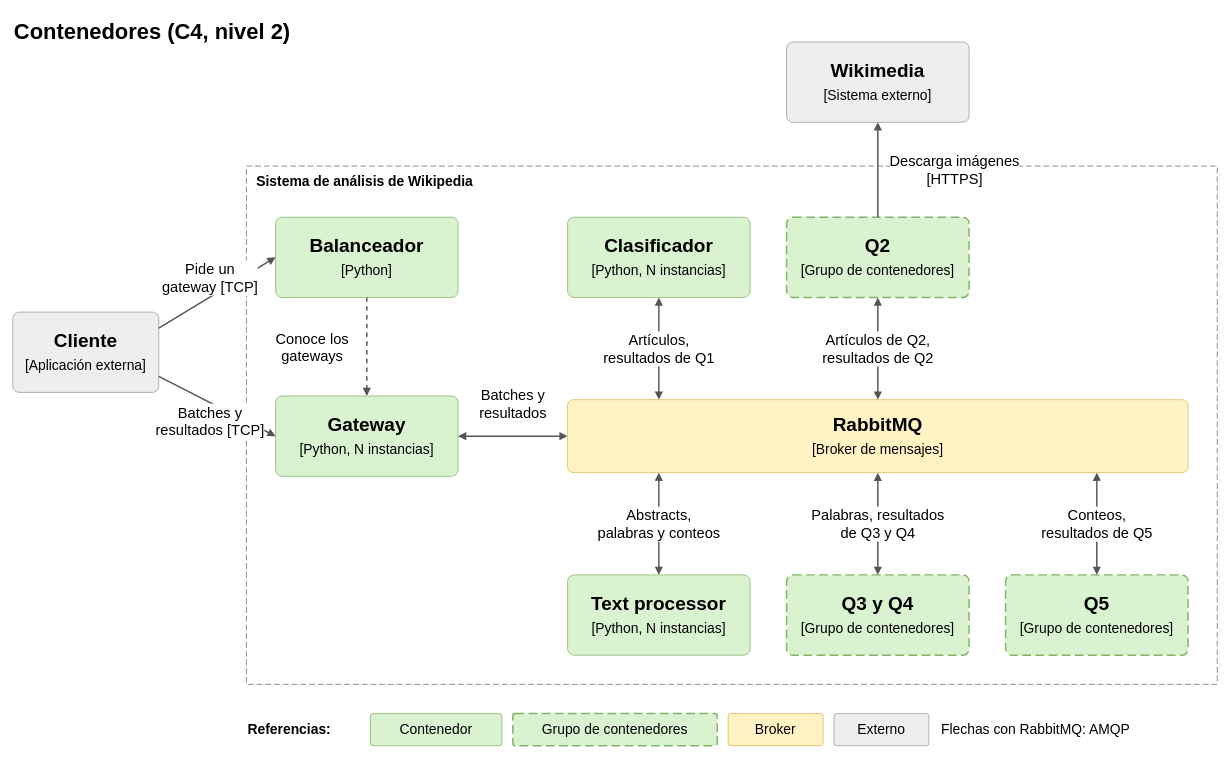
The draw.io diagram page "C4 - Contenedores" (2 of 5) of docs/c4.drawio in Cristobal710/tp-final-distribuidos, before the edit. Source tidied: cells renumbered, new cells numbered last; positions are measured from the earlier drawing's top-left corner, leaving out a move shared by most shapes. Both pictures are drawn from the tidied source at 73%, with x=0, y=0 at pixel (12, 12).
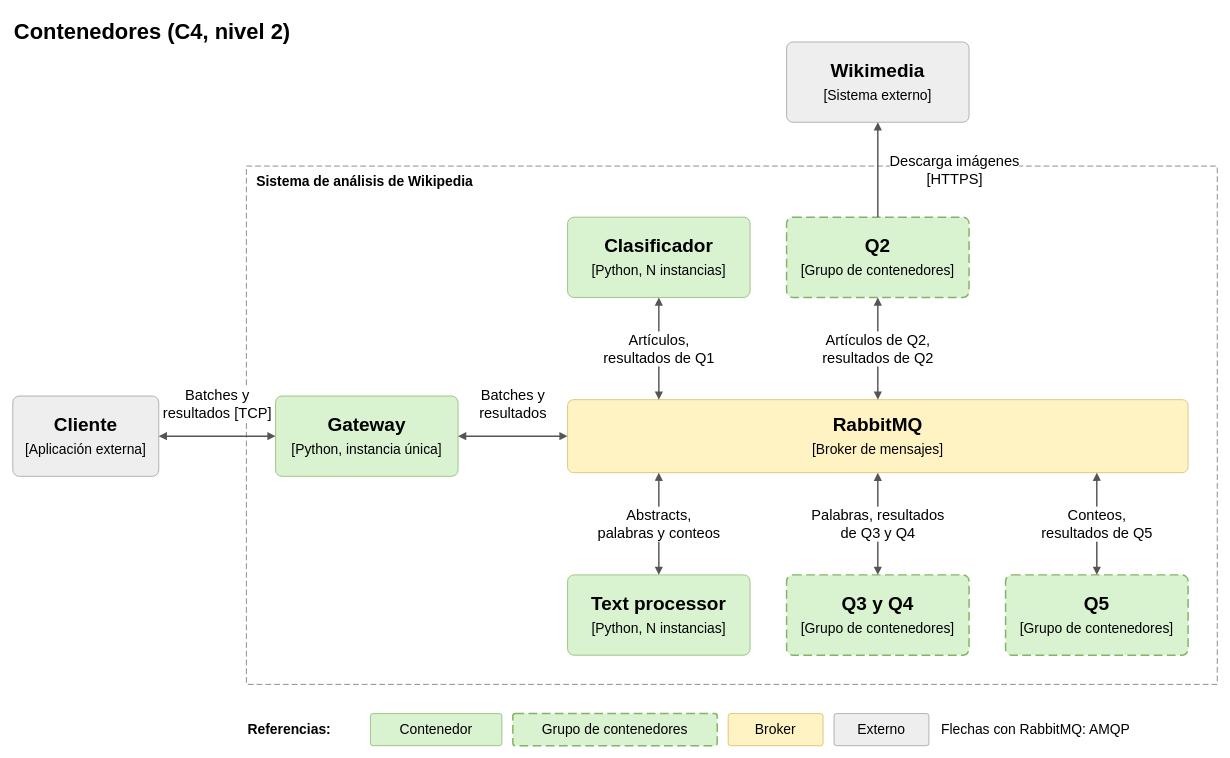
After the change.

What changed in the source:
```diff
@@
     <mxCell id="4" value="&lt;b&gt;Cliente&lt;/b&gt;&lt;br&gt;&lt;font style=&quot;font-size:19px&quot;&gt;[Aplicación externa]&lt;/font&gt;" style="rounded=1;whiteSpace=wrap;html=1;arcSize=8;verticalAlign=middle;fontFamily=Calibri;fontSize=26;fillColor=#eeeeee;strokeColor=#999999;" parent="1" vertex="1">
-      <mxGeometry y="410" width="200" height="110" as="geometry" />
+      <mxGeometry y="525" width="200" height="110" as="geometry" />
     </mxCell>
@@
-    <mxCell id="6" value="&lt;b&gt;Balanceador&lt;/b&gt;&lt;br&gt;&lt;font style=&quot;font-size:19px&quot;&gt;[Python]&lt;/font&gt;" style="rounded=1;whiteSpace=wrap;html=1;arcSize=8;verticalAlign=middle;fontFamily=Calibri;fontSize=26;fillColor=#d9f2d0;strokeColor=#82b366;" parent="1" vertex="1">
-      <mxGeometry x="360" y="280" width="250" height="110" as="geometry" />
-    </mxCell>
-    <mxCell id="7" value="&lt;b&gt;Gateway&lt;/b&gt;&lt;br&gt;&lt;font style=&quot;font-size:19px&quot;&gt;[Python, N instancias]&lt;/font&gt;" style="rounded=1;whiteSpace=wrap;html=1;arcSize=8;verticalAlign=middle;fontFamily=Calibri;fontSize=26;fillColor=#d9f2d0;strokeColor=#82b366;" parent="1" vertex="1">
+    <mxCell id="7" value="&lt;b&gt;Gateway&lt;/b&gt;&lt;br&gt;&lt;font style=&quot;font-size:19px&quot;&gt;[Python, instancia única]&lt;/font&gt;" style="rounded=1;whiteSpace=wrap;html=1;arcSize=8;verticalAlign=middle;fontFamily=Calibri;fontSize=26;fillColor=#d9f2d0;strokeColor=#82b366;" parent="1" vertex="1">
       <mxGeometry x="360" y="525" width="250" height="110" as="geometry" />
     </mxCell>
@@
-    <mxCell id="14" value="Pide un&lt;br&gt;gateway [TCP]" style="endArrow=block;endFill=1;html=1;rounded=0;strokeColor=#555555;strokeWidth=2;labelBackgroundColor=#ffffff;fontFamily=Calibri;fontSize=20;exitX=1;exitY=0.2;exitDx=0;exitDy=0;entryX=0;entryY=0.5;entryDx=0;entryDy=0;" parent="1" edge="1" source="4" target="6">
-      <mxGeometry relative="1" as="geometry">
-        <mxPoint x="-10" y="-20" as="offset" />
-      </mxGeometry>
-    </mxCell>
-    <mxCell id="15" value="Batches y&lt;br&gt;resultados [TCP]" style="endArrow=block;endFill=1;html=1;rounded=0;strokeColor=#555555;strokeWidth=2;labelBackgroundColor=#ffffff;fontFamily=Calibri;fontSize=20;exitX=1;exitY=0.8;exitDx=0;exitDy=0;entryX=0;entryY=0.5;entryDx=0;entryDy=0;" parent="1" edge="1" source="4" target="7">
+    <mxCell id="15" value="Batches y&lt;br&gt;resultados [TCP]" style="startArrow=block;startFill=1;endArrow=block;endFill=1;html=1;rounded=0;strokeColor=#555555;strokeWidth=2;labelBackgroundColor=#ffffff;fontFamily=Calibri;fontSize=20;exitX=1;exitY=0.5;exitDx=0;exitDy=0;entryX=0;entryY=0.5;entryDx=0;entryDy=0;" parent="1" edge="1" source="4" target="7">
       <mxGeometry relative="1" as="geometry">
-        <mxPoint x="-10" y="20" as="offset" />
+        <mxPoint y="-45" as="offset" />
       </mxGeometry>
     </mxCell>
-    <mxCell id="16" value="Conoce los&lt;br&gt;gateways" style="endArrow=block;endFill=1;html=1;rounded=0;strokeColor=#555555;strokeWidth=2;labelBackgroundColor=#ffffff;fontFamily=Calibri;fontSize=20;exitX=0.5;exitY=1;exitDx=0;exitDy=0;entryX=0.5;entryY=0;entryDx=0;entryDy=0;dashed=1;" parent="1" edge="1" source="6" target="7">
-      <mxGeometry relative="1" as="geometry">
-        <mxPoint x="-75" as="offset" />
-      </mxGeometry>
-    </mxCell>
```
